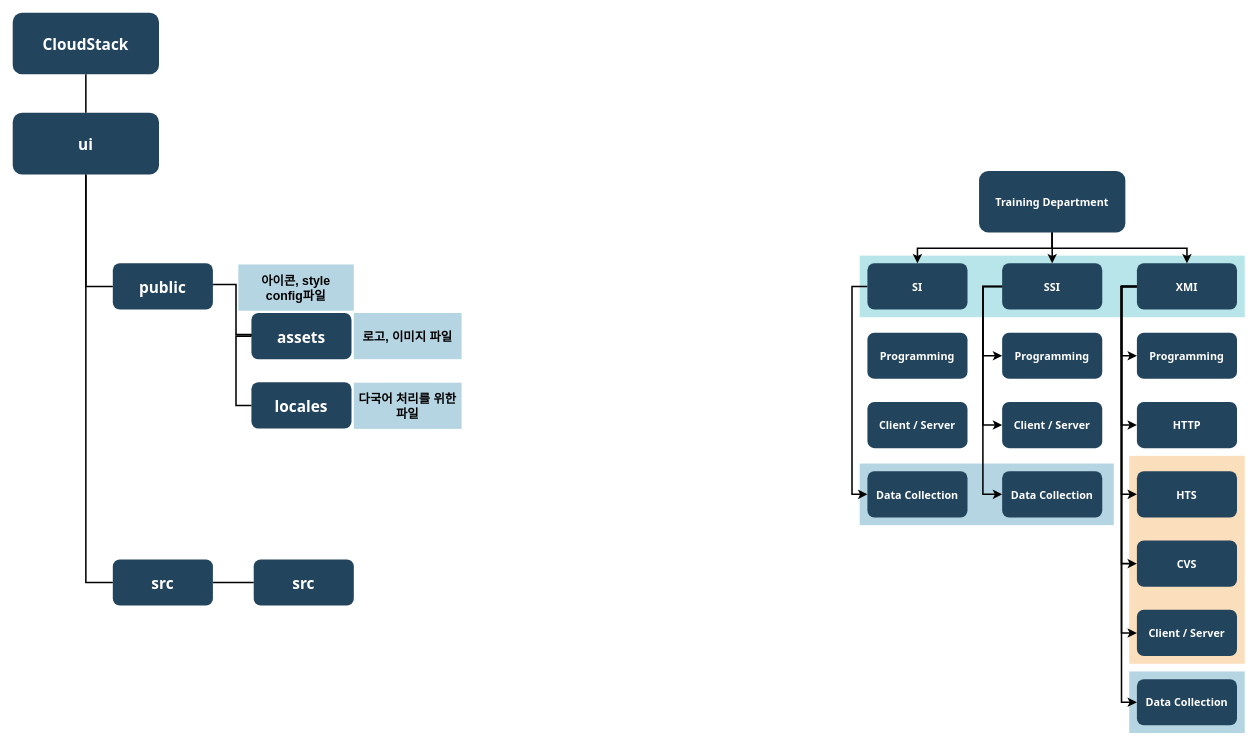
This is 파일트리 다이어그램.drawio from stardom3645/wiki, a draw.io file, before an edit. Source tidied: cells renumbered, new cells numbered last; positions are measured from the earlier drawing's top-left corner, leaving out a move shared by most shapes. Both pictures are drawn from the tidied source at 77%, with x=0, y=0 at pixel (12, 12).
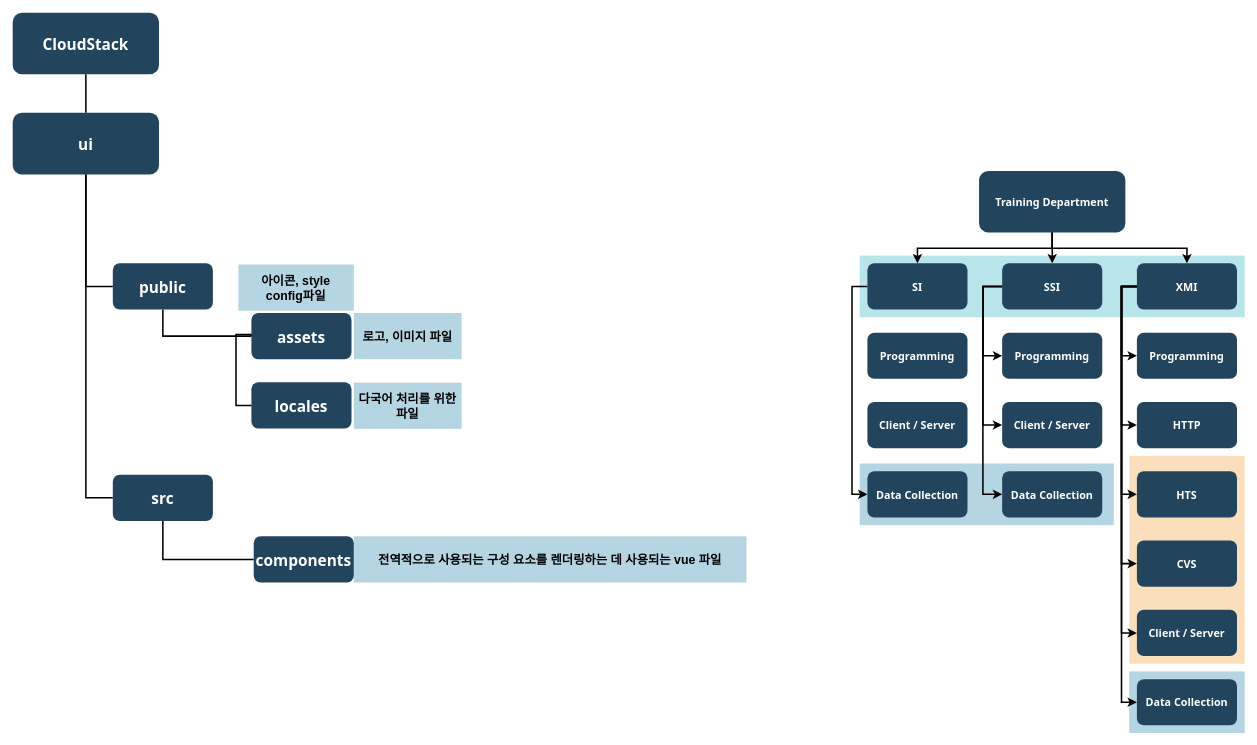
After the change.

Commit message (it also covers changes not shown here):
파일트리 다이어그램.drawio 업데이트

Unchanged cells that the change refers to:
```xml
<mxCell id="10" value="public" style="rounded=1;fillColor=#23445D;gradientColor=none;strokeColor=none;fontColor=#FFFFFF;fontStyle=1;fontFamily=Tahoma;fontSize=20;" parent="1" vertex="1">
  <mxGeometry x="130" y="325.5" width="130" height="60" as="geometry" />
</mxCell>
<mxCell id="13" value="assets" style="rounded=1;fillColor=#23445D;gradientColor=none;strokeColor=none;fontColor=#FFFFFF;fontStyle=1;fontFamily=Tahoma;fontSize=20;" parent="1" vertex="1">
  <mxGeometry x="310" y="390" width="130" height="60" as="geometry" />
</mxCell>
```

Change to the diagram source:
```diff
@@
-    <mxCell id="9" style="edgeStyle=orthogonalEdgeStyle;rounded=0;jettySize=auto;html=1;exitX=1;exitY=0.5;exitDx=0;exitDy=0;entryX=0;entryY=0.5;entryDx=0;entryDy=0;endArrow=none;endFill=0;fontSize=25;strokeWidth=2;" parent="1" edge="1" target="13">
+    <mxCell id="9" style="edgeStyle=orthogonalEdgeStyle;rounded=0;jettySize=auto;html=1;exitX=0.5;exitY=1;exitDx=0;exitDy=0;entryX=0;entryY=0.5;entryDx=0;entryDy=0;endArrow=none;endFill=0;fontSize=25;strokeWidth=2;" parent="1" edge="1" source="10" target="13">
       <mxGeometry relative="1" as="geometry">
-        <mxPoint x="259" y="353" as="sourcePoint" />
         <Array as="points">
-          <mxPoint x="290" y="353" />
+          <mxPoint x="195" y="420" />
+          <mxPoint x="290" y="420" />
           <mxPoint x="290" y="418" />
           <mxPoint x="310" y="418" />
         </Array>
       </mxGeometry>
     </mxCell>
@@
-    <mxCell id="11" style="edgeStyle=orthogonalEdgeStyle;rounded=0;jettySize=auto;html=1;endArrow=none;endFill=0;strokeWidth=2;fontSize=25;" parent="1" edge="1" source="12" target="47">
+    <mxCell id="11" style="edgeStyle=orthogonalEdgeStyle;rounded=0;jettySize=auto;html=1;endArrow=none;endFill=0;strokeWidth=2;fontSize=25;entryX=0;entryY=0.5;entryDx=0;entryDy=0;exitX=0.5;exitY=1;exitDx=0;exitDy=0;" parent="1" edge="1" source="12" target="47">
       <mxGeometry relative="1" as="geometry" />
     </mxCell>
     <mxCell id="12" value="src" style="rounded=1;fillColor=#23445D;gradientColor=none;strokeColor=none;fontColor=#FFFFFF;fontStyle=1;fontFamily=Tahoma;fontSize=20;" parent="1" vertex="1">
-      <mxGeometry x="130" y="710" width="130" height="60" as="geometry" />
+      <mxGeometry x="130" y="600" width="130" height="60" as="geometry" />
     </mxCell>
@@
-    <mxCell id="47" value="src" style="rounded=1;fillColor=#23445D;gradientColor=none;strokeColor=none;fontColor=#FFFFFF;fontStyle=1;fontFamily=Tahoma;fontSize=20;" parent="1" vertex="1">
-      <mxGeometry x="313" y="710" width="130" height="60" as="geometry" />
+    <mxCell id="47" value="components" style="rounded=1;fillColor=#23445D;gradientColor=none;strokeColor=none;fontColor=#FFFFFF;fontStyle=1;fontFamily=Tahoma;fontSize=20;" parent="1" vertex="1">
+      <mxGeometry x="313" y="680" width="130" height="60" as="geometry" />
     </mxCell>
@@
+    <mxCell id="51" value="전역적으로 사용되는 구성 요소를 렌더링하는 데 사용되는 vue 파일" style="fillColor=#10739E;strokeColor=none;opacity=30;fontStyle=1;fontSize=16;" parent="1" vertex="1">
+      <mxGeometry x="443" y="680" width="510" height="60" as="geometry" />
+    </mxCell>
```
